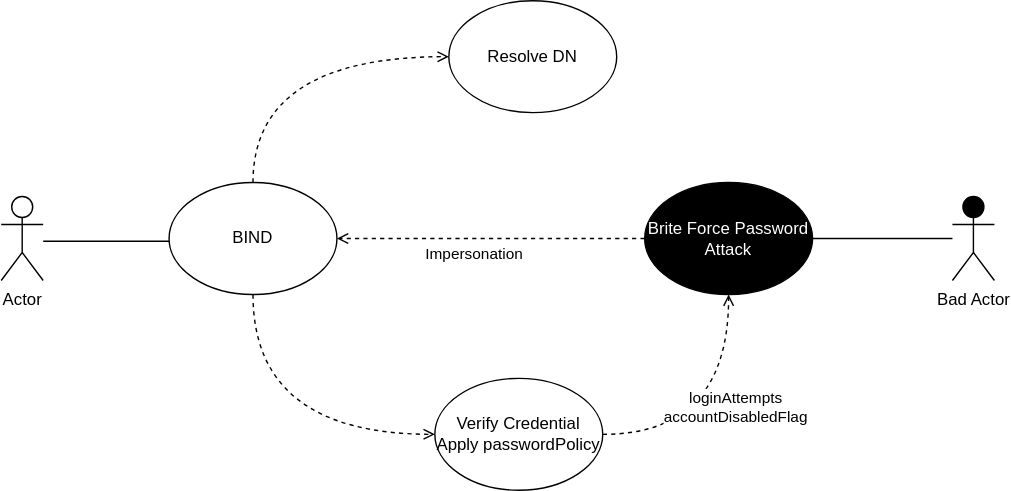
bartelsjoshuac/SAPG keeps this draw.io diagram as images/Use-Misuse Case-Final1 -Bind.drawio.svg. Above is the earlier version. Source tidied: cells renumbered, new cells last; positions are measured from the earlier drawing's top-left corner, leaving out a move shared by most shapes.
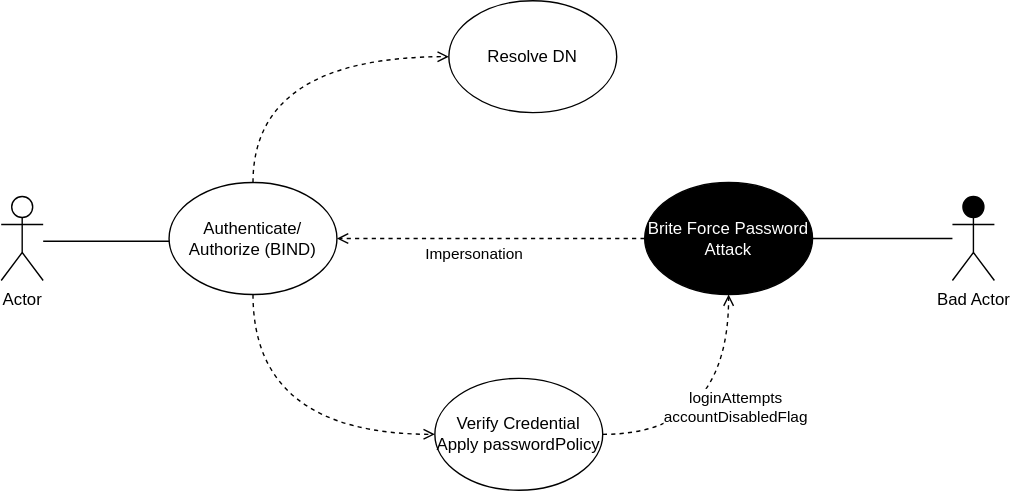
Later version of the same file.

Change to the diagram source:
```diff
@@ -14,7 +14,7 @@
     <mxCell id="4" style="edgeStyle=orthogonalEdgeStyle;rounded=1;jettySize=auto;html=1;entryX=0;entryY=0.5;entryDx=0;entryDy=0;dashed=1;strokeWidth=1;endFill=0;endArrow=open;curved=1;exitX=0.5;exitY=0;exitDx=0;exitDy=0;" parent="1" edge="1" source="5" target="8">
       <mxGeometry relative="1" as="geometry" />
     </mxCell>
-    <mxCell id="5" value="BIND" style="ellipse;whiteSpace=wrap;html=1;fillColor=#FFFFFF;" parent="1" vertex="1">
+    <mxCell id="5" value="Authenticate/&lt;br style=&quot;border-color: var(--border-color);&quot;&gt;Authorize (BIND)" style="ellipse;whiteSpace=wrap;html=1;fillColor=#FFFFFF;" parent="1" vertex="1">
       <mxGeometry x="120" y="130" width="120" height="80" as="geometry" />
     </mxCell>
     <mxCell id="6" value="Verify Credential&lt;br&gt;Apply passwordPolicy" style="ellipse;whiteSpace=wrap;html=1;fillColor=#FFFFFF;" parent="1" vertex="1">
```
